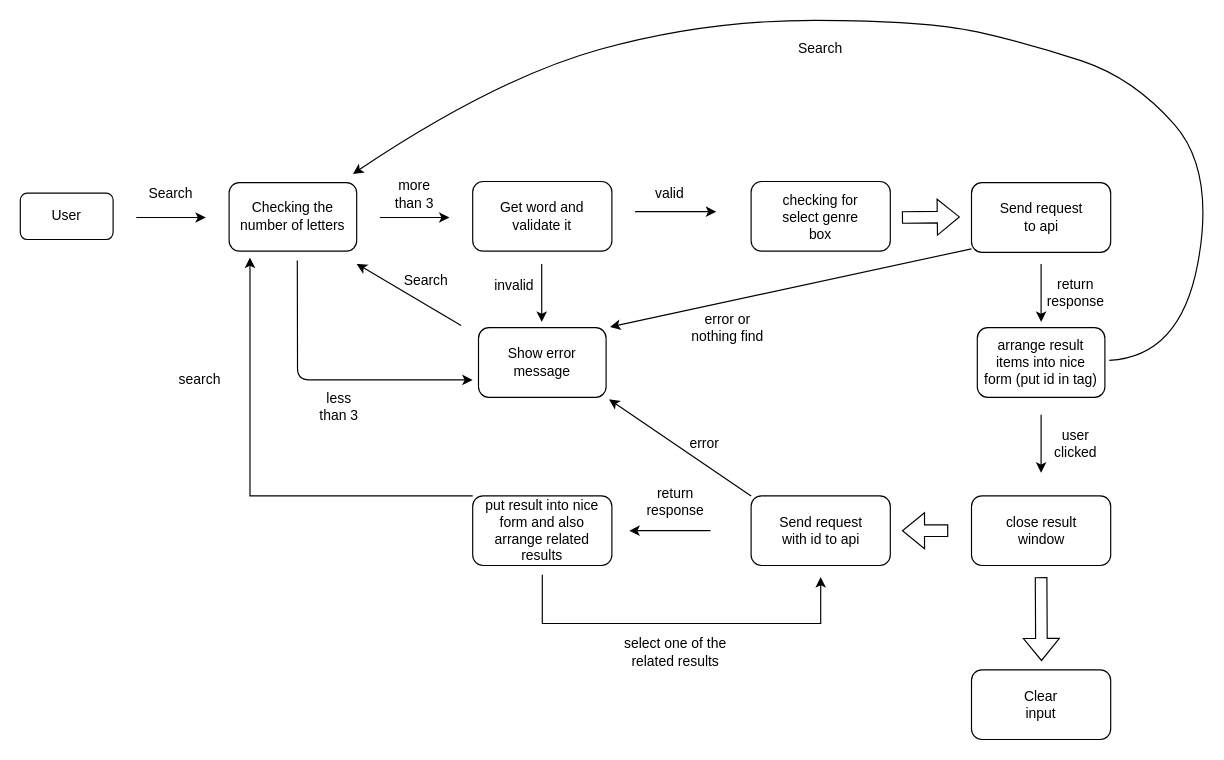
Amirhosein-Saghafy/Hellovie keeps this draw.io diagram as user history.drawio. Above is the earlier version. Source tidied: cells renumbered, new cells numbered last; positions are measured from the earlier drawing's top-left corner, leaving out a move shared by most shapes. Both pictures are drawn from the tidied source at 116%, with x=0, y=0 at pixel (20, 20).
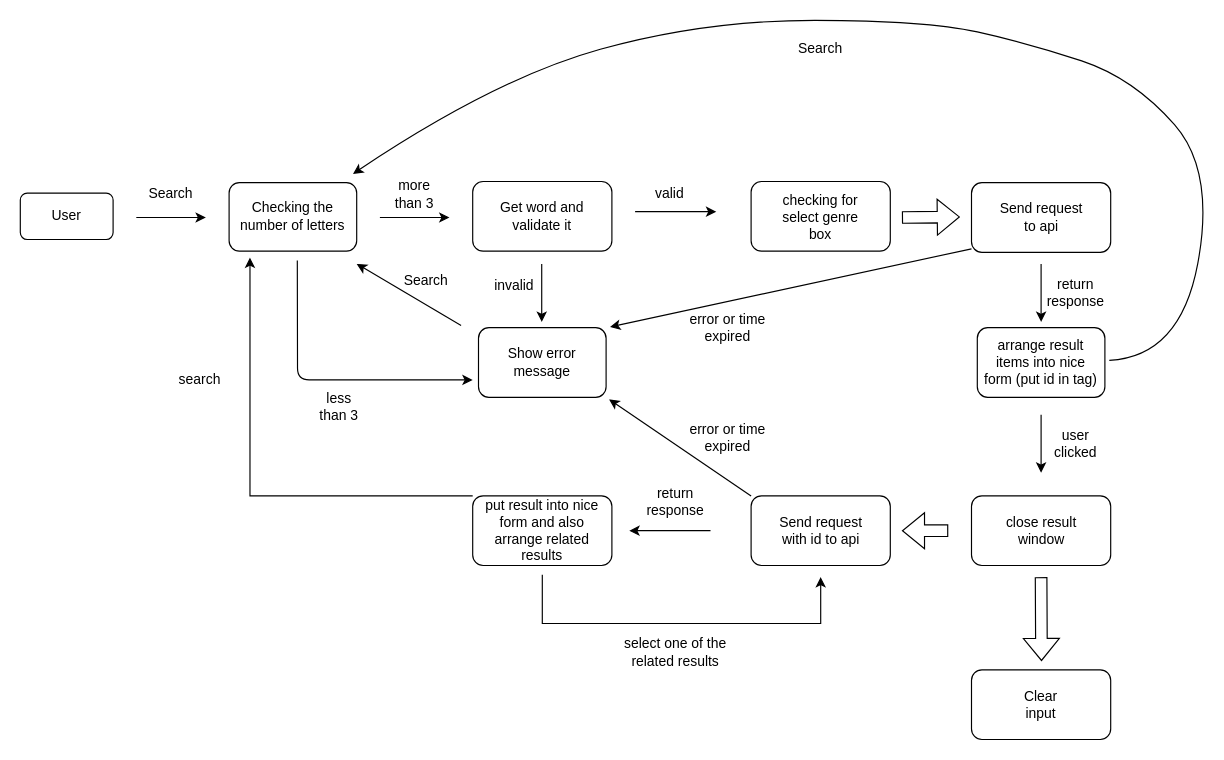
Above is the later version.

The edit, as a diff of the source:
```diff
@@
-    <mxCell id="28" value="error or nothing find" style="text;html=1;strokeColor=none;fillColor=none;align=center;verticalAlign=middle;whiteSpace=wrap;rounded=0;" parent="1" vertex="1">
+    <mxCell id="28" value="error or time expired" style="text;html=1;strokeColor=none;fillColor=none;align=center;verticalAlign=middle;whiteSpace=wrap;rounded=0;" parent="1" vertex="1">
       <mxGeometry x="570" y="250" width="80" height="30" as="geometry" />
     </mxCell>
@@
-    <mxCell id="35" value="error" style="text;html=1;strokeColor=none;fillColor=none;align=center;verticalAlign=middle;whiteSpace=wrap;rounded=0;" parent="1" vertex="1">
-      <mxGeometry x="550" y="350" width="80" height="30" as="geometry" />
+    <mxCell id="35" value="error or time expired" style="text;html=1;strokeColor=none;fillColor=none;align=center;verticalAlign=middle;whiteSpace=wrap;rounded=0;" parent="1" vertex="1">
+      <mxGeometry x="570" y="345" width="80" height="30" as="geometry" />
     </mxCell>
```
